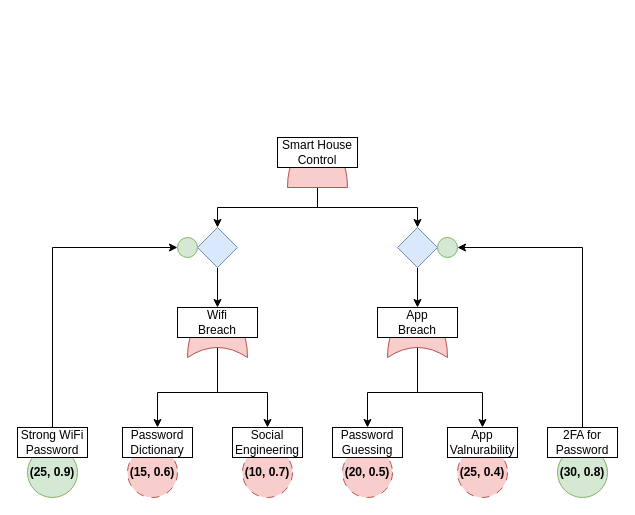
This is Trivial_ADT_example.drawio from AplyQ8/SUBD, a draw.io file, before an edit. Source tidied: cells renumbered, new cells numbered last; positions are measured from the earlier drawing's top-left corner, leaving out a move shared by most shapes. Both pictures are drawn from the tidied source at 100%, with x=0, y=0 at pixel (17, 137).
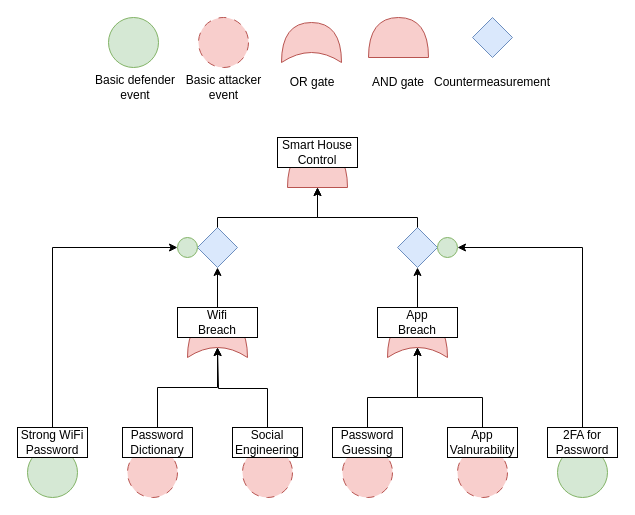
Above is the later version.

Unchanged cells that the change refers to:
```xml
<mxCell id="4" style="shape=or;whiteSpace=wrap;html=1;rotation=-90;fillColor=#f8cecc;strokeColor=#b85450;" parent="1" vertex="1">
  <mxGeometry x="280" width="40" height="60" as="geometry" />
</mxCell>
<mxCell id="8" style="rhombus;whiteSpace=wrap;html=1;fillColor=#dae8fc;strokeColor=#6c8ebf;" parent="1" vertex="1">
  <mxGeometry x="180" y="90" width="40" height="40" as="geometry" />
</mxCell>
<mxCell id="10" style="rhombus;whiteSpace=wrap;html=1;fillColor=#dae8fc;strokeColor=#6c8ebf;" parent="1" vertex="1">
  <mxGeometry x="380" y="90" width="40" height="40" as="geometry" />
</mxCell>
<mxCell id="13" style="shape=xor;whiteSpace=wrap;html=1;rotation=-90;fillColor=#f8cecc;strokeColor=#b85450;" parent="1" vertex="1">
  <mxGeometry x="180" y="170" width="40" height="60" as="geometry" />
</mxCell>
<mxCell id="16" style="shape=xor;whiteSpace=wrap;html=1;rotation=-90;fillColor=#f8cecc;strokeColor=#b85450;" parent="1" vertex="1">
  <mxGeometry x="380" y="170" width="40" height="60" as="geometry" />
</mxCell>
<mxCell id="19" value="Wifi Breach" style="text;html=1;align=center;verticalAlign=middle;whiteSpace=wrap;rounded=0;" parent="1" vertex="1">
  <mxGeometry x="170" y="170" width="60" height="30" as="geometry" />
</mxCell>
<mxCell id="20" value="App Breach" style="text;html=1;align=center;verticalAlign=middle;whiteSpace=wrap;rounded=0;" parent="1" vertex="1">
  <mxGeometry x="370" y="170" width="60" height="30" as="geometry" />
</mxCell>
<mxCell id="25" style="rounded=0;whiteSpace=wrap;html=1;" parent="1" vertex="1">
  <mxGeometry x="105" y="290" width="70" height="30" as="geometry" />
</mxCell>
<mxCell id="26" style="rounded=0;whiteSpace=wrap;html=1;" parent="1" vertex="1">
  <mxGeometry x="215" y="290" width="70" height="30" as="geometry" />
</mxCell>
<mxCell id="27" style="rounded=0;whiteSpace=wrap;html=1;" parent="1" vertex="1">
  <mxGeometry x="315" y="290" width="70" height="30" as="geometry" />
</mxCell>
<mxCell id="28" style="rounded=0;whiteSpace=wrap;html=1;" parent="1" vertex="1">
  <mxGeometry x="430" y="290" width="70" height="30" as="geometry" />
</mxCell>
<mxCell id="38" value="Password Dictionary" style="text;html=1;align=center;verticalAlign=middle;whiteSpace=wrap;rounded=0;" parent="1" vertex="1">
  <mxGeometry x="100" y="290" width="80" height="30" as="geometry" />
</mxCell>
<mxCell id="39" value="Social Engineering" style="text;html=1;align=center;verticalAlign=middle;whiteSpace=wrap;rounded=0;" parent="1" vertex="1">
  <mxGeometry x="220" y="290" width="60" height="30" as="geometry" />
</mxCell>
<mxCell id="40" value="Password Guessing" style="text;html=1;align=center;verticalAlign=middle;whiteSpace=wrap;rounded=0;" parent="1" vertex="1">
  <mxGeometry x="320" y="290" width="60" height="30" as="geometry" />
</mxCell>
<mxCell id="41" value="App Valnurability" style="text;html=1;align=center;verticalAlign=middle;whiteSpace=wrap;rounded=0;" parent="1" vertex="1">
  <mxGeometry x="435" y="290" width="60" height="30" as="geometry" />
</mxCell>
```

The edit, as a diff of the source:
```diff
@@
-    <mxCell id="2" style="edgeStyle=orthogonalEdgeStyle;rounded=0;jettySize=auto;html=1;exitX=0;exitY=0.5;exitDx=0;exitDy=0;exitPerimeter=0;entryX=0.5;entryY=0;entryDx=0;entryDy=0;" parent="1" edge="1" source="4" target="8">
-      <mxGeometry relative="1" as="geometry" />
-    </mxCell>
-    <mxCell id="3" style="edgeStyle=orthogonalEdgeStyle;rounded=0;jettySize=auto;html=1;exitX=0;exitY=0.5;exitDx=0;exitDy=0;exitPerimeter=0;" parent="1" edge="1" source="4" target="10">
-      <mxGeometry relative="1" as="geometry" />
-    </mxCell>
@@
-    <mxCell id="7" style="edgeStyle=orthogonalEdgeStyle;rounded=0;jettySize=auto;html=1;exitX=0.5;exitY=1;exitDx=0;exitDy=0;entryX=0.5;entryY=0;entryDx=0;entryDy=0;" parent="1" edge="1" source="8" target="19">
-      <mxGeometry relative="1" as="geometry" />
-    </mxCell>
@@
-    <mxCell id="9" style="edgeStyle=orthogonalEdgeStyle;rounded=0;jettySize=auto;html=1;exitX=0.5;exitY=1;exitDx=0;exitDy=0;entryX=0.5;entryY=0;entryDx=0;entryDy=0;" parent="1" edge="1" source="10" target="20">
-      <mxGeometry relative="1" as="geometry" />
-    </mxCell>
@@
-    <mxCell id="11" style="edgeStyle=orthogonalEdgeStyle;rounded=0;jettySize=auto;html=1;exitX=0.25;exitY=0.5;exitDx=0;exitDy=0;exitPerimeter=0;entryX=0.5;entryY=0;entryDx=0;entryDy=0;" parent="1" edge="1" source="13" target="25">
-      <mxGeometry relative="1" as="geometry" />
-    </mxCell>
-    <mxCell id="12" style="edgeStyle=orthogonalEdgeStyle;rounded=0;jettySize=auto;html=1;exitX=0.25;exitY=0.5;exitDx=0;exitDy=0;exitPerimeter=0;entryX=0.5;entryY=0;entryDx=0;entryDy=0;" parent="1" edge="1" source="13" target="26">
-      <mxGeometry relative="1" as="geometry" />
-    </mxCell>
@@
-    <mxCell id="14" style="edgeStyle=orthogonalEdgeStyle;rounded=0;jettySize=auto;html=1;exitX=0.25;exitY=0.5;exitDx=0;exitDy=0;exitPerimeter=0;entryX=0.5;entryY=0;entryDx=0;entryDy=0;" parent="1" edge="1" source="16" target="27">
-      <mxGeometry relative="1" as="geometry" />
-    </mxCell>
-    <mxCell id="15" style="edgeStyle=orthogonalEdgeStyle;rounded=0;jettySize=auto;html=1;exitX=0.25;exitY=0.5;exitDx=0;exitDy=0;exitPerimeter=0;entryX=0.5;entryY=0;entryDx=0;entryDy=0;" parent="1" edge="1" source="16" target="28">
-      <mxGeometry relative="1" as="geometry" />
-    </mxCell>
@@
+    <mxCell id="49" style="edgeStyle=orthogonalEdgeStyle;rounded=0;jettySize=auto;html=1;entryX=0.5;entryY=1;entryDx=0;entryDy=0;" parent="1" edge="1" source="19" target="8">
+      <mxGeometry relative="1" as="geometry" />
+    </mxCell>
@@
+    <mxCell id="50" style="edgeStyle=orthogonalEdgeStyle;rounded=0;jettySize=auto;html=1;entryX=0.5;entryY=1;entryDx=0;entryDy=0;" parent="1" edge="1" source="20" target="10">
+      <mxGeometry relative="1" as="geometry" />
+    </mxCell>
@@
+    <mxCell id="51" style="edgeStyle=orthogonalEdgeStyle;rounded=0;jettySize=auto;html=1;" parent="1" edge="1" source="39">
+      <mxGeometry relative="1" as="geometry">
+        <mxPoint x="200" y="210" as="targetPoint" />
+        <Array as="points">
+          <mxPoint x="250" y="251" />
+          <mxPoint x="201" y="251" />
+        </Array>
+      </mxGeometry>
+    </mxCell>
@@
-    <mxCell id="43" value="(25, 0.9)" style="text;html=1;align=center;verticalAlign=middle;whiteSpace=wrap;rounded=0;fillColor=none;strokeColor=none;fontStyle=1;" parent="1" vertex="1">
-      <mxGeometry x="5" y="320" width="60" height="30" as="geometry" />
-    </mxCell>
-    <mxCell id="44" value="(15, 0.6)" style="text;html=1;align=center;verticalAlign=middle;whiteSpace=wrap;rounded=0;fontStyle=1;" parent="1" vertex="1">
-      <mxGeometry x="105" y="320" width="60" height="30" as="geometry" />
-    </mxCell>
-    <mxCell id="45" value="(10, 0.7)" style="text;html=1;align=center;verticalAlign=middle;whiteSpace=wrap;rounded=0;fontStyle=1;" parent="1" vertex="1">
-      <mxGeometry x="220" y="320" width="60" height="30" as="geometry" />
-    </mxCell>
-    <mxCell id="46" value="(20, 0.5)" style="text;html=1;align=center;verticalAlign=middle;whiteSpace=wrap;rounded=0;fontStyle=1;" parent="1" vertex="1">
-      <mxGeometry x="320" y="320" width="60" height="30" as="geometry" />
-    </mxCell>
-    <mxCell id="47" value="(25, 0.4)" style="text;html=1;align=center;verticalAlign=middle;whiteSpace=wrap;rounded=0;fontStyle=1;" parent="1" vertex="1">
-      <mxGeometry x="435" y="320" width="60" height="30" as="geometry" />
-    </mxCell>
-    <mxCell id="48" value="(30, 0.8)" style="text;html=1;align=center;verticalAlign=middle;whiteSpace=wrap;rounded=0;fontStyle=1;" parent="1" vertex="1">
-      <mxGeometry x="535" y="320" width="60" height="30" as="geometry" />
-    </mxCell>
+    <mxCell id="52" style="edgeStyle=orthogonalEdgeStyle;rounded=0;jettySize=auto;html=1;entryX=0.25;entryY=0.5;entryDx=0;entryDy=0;entryPerimeter=0;" parent="1" edge="1" source="40" target="16">
+      <mxGeometry relative="1" as="geometry">
+        <Array as="points">
+          <mxPoint x="350" y="260" />
+          <mxPoint x="400" y="260" />
+        </Array>
+      </mxGeometry>
+    </mxCell>
+    <mxCell id="53" style="edgeStyle=orthogonalEdgeStyle;rounded=0;jettySize=auto;html=1;entryX=0.25;entryY=0.5;entryDx=0;entryDy=0;entryPerimeter=0;" parent="1" edge="1" source="41" target="16">
+      <mxGeometry relative="1" as="geometry">
+        <Array as="points">
+          <mxPoint x="465" y="260" />
+          <mxPoint x="400" y="260" />
+        </Array>
+      </mxGeometry>
+    </mxCell>
+    <mxCell id="54" style="edgeStyle=orthogonalEdgeStyle;rounded=0;jettySize=auto;html=1;entryX=0.25;entryY=0.5;entryDx=0;entryDy=0;entryPerimeter=0;" parent="1" edge="1" source="38" target="13">
+      <mxGeometry relative="1" as="geometry">
+        <Array as="points">
+          <mxPoint x="140" y="250" />
+          <mxPoint x="200" y="250" />
+        </Array>
+      </mxGeometry>
+    </mxCell>
+    <mxCell id="55" style="edgeStyle=orthogonalEdgeStyle;rounded=0;jettySize=auto;html=1;entryX=0;entryY=0.5;entryDx=0;entryDy=0;entryPerimeter=0;" parent="1" edge="1" source="8" target="4">
+      <mxGeometry relative="1" as="geometry">
+        <Array as="points">
+          <mxPoint x="200" y="80" />
+          <mxPoint x="300" y="80" />
+        </Array>
+      </mxGeometry>
+    </mxCell>
+    <mxCell id="56" style="edgeStyle=orthogonalEdgeStyle;rounded=0;jettySize=auto;html=1;entryX=0;entryY=0.5;entryDx=0;entryDy=0;entryPerimeter=0;" parent="1" edge="1" source="10" target="4">
+      <mxGeometry relative="1" as="geometry">
+        <Array as="points">
+          <mxPoint x="400" y="80" />
+          <mxPoint x="300" y="80" />
+        </Array>
+      </mxGeometry>
+    </mxCell>
+    <mxCell id="57" style="ellipse;whiteSpace=wrap;html=1;fillColor=#d5e8d4;strokeColor=#82b366;" parent="1" vertex="1">
+      <mxGeometry x="91" y="-120" width="50" height="50" as="geometry" />
+    </mxCell>
+    <mxCell id="58" style="ellipse;whiteSpace=wrap;html=1;dashed=1;dashPattern=8 8;fillColor=#f8cecc;strokeColor=#b85450;" parent="1" vertex="1">
+      <mxGeometry x="181" y="-120" width="50" height="50" as="geometry" />
+    </mxCell>
+    <mxCell id="59" style="shape=xor;whiteSpace=wrap;html=1;rotation=-90;fillColor=#f8cecc;strokeColor=#b85450;" parent="1" vertex="1">
+      <mxGeometry x="274" y="-125" width="40" height="60" as="geometry" />
+    </mxCell>
+    <mxCell id="60" style="rhombus;whiteSpace=wrap;html=1;fillColor=#dae8fc;strokeColor=#6c8ebf;" parent="1" vertex="1">
+      <mxGeometry x="455" y="-120" width="40" height="40" as="geometry" />
+    </mxCell>
+    <mxCell id="61" style="shape=or;whiteSpace=wrap;html=1;rotation=-90;fillColor=#f8cecc;strokeColor=#b85450;" parent="1" vertex="1">
+      <mxGeometry x="361" y="-130" width="40" height="60" as="geometry" />
+    </mxCell>
+    <mxCell id="62" value="Basic defender event" style="text;html=1;align=center;verticalAlign=middle;whiteSpace=wrap;rounded=0;" parent="1" vertex="1">
+      <mxGeometry x="76" y="-65" width="84" height="30" as="geometry" />
+    </mxCell>
+    <mxCell id="63" value="Basic attacker event" style="text;html=1;align=center;verticalAlign=middle;whiteSpace=wrap;rounded=0;" parent="1" vertex="1">
+      <mxGeometry x="163.5" y="-65" width="85" height="30" as="geometry" />
+    </mxCell>
+    <mxCell id="64" value="OR gate" style="text;html=1;align=center;verticalAlign=middle;whiteSpace=wrap;rounded=0;" parent="1" vertex="1">
+      <mxGeometry x="265" y="-70" width="60" height="30" as="geometry" />
+    </mxCell>
+    <mxCell id="65" value="AND gate" style="text;html=1;align=center;verticalAlign=middle;whiteSpace=wrap;rounded=0;" parent="1" vertex="1">
+      <mxGeometry x="351" y="-70" width="60" height="30" as="geometry" />
+    </mxCell>
+    <mxCell id="66" value="Countermeasurement" style="text;html=1;align=center;verticalAlign=middle;whiteSpace=wrap;rounded=0;" parent="1" vertex="1">
+      <mxGeometry x="445" y="-70" width="60" height="30" as="geometry" />
+    </mxCell>
```
